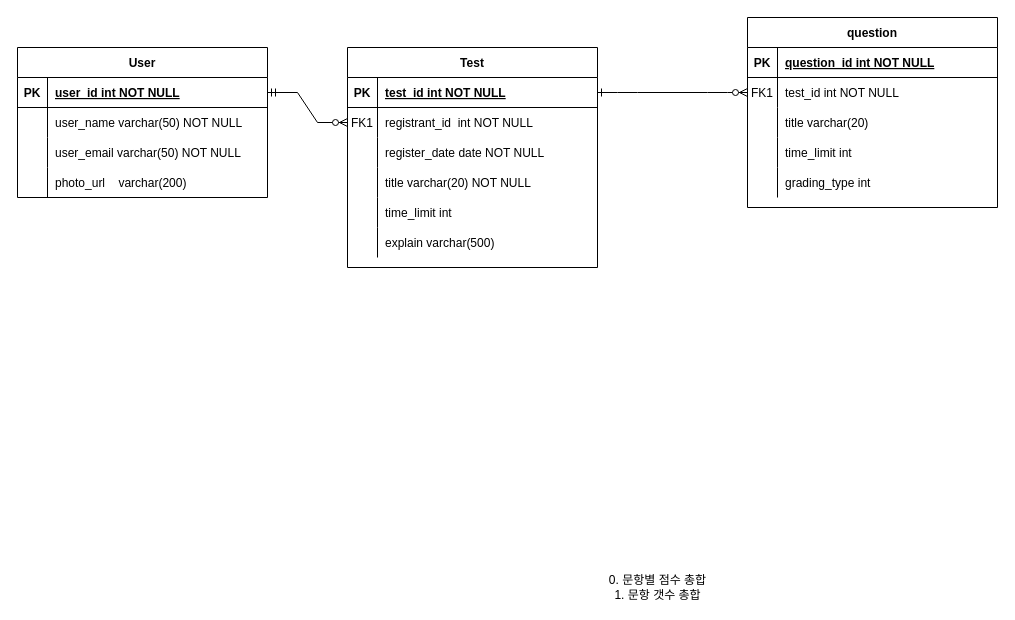
Earlier version of the draw.io diagram db_schema.drawio (leehojun0314/Testers). Source tidied: cells renumbered, new cells numbered last; positions are measured from the earlier drawing's top-left corner, leaving out a move shared by most shapes. Both pictures are drawn from the tidied source at 100%, with x=0, y=0 at pixel (17, 17).
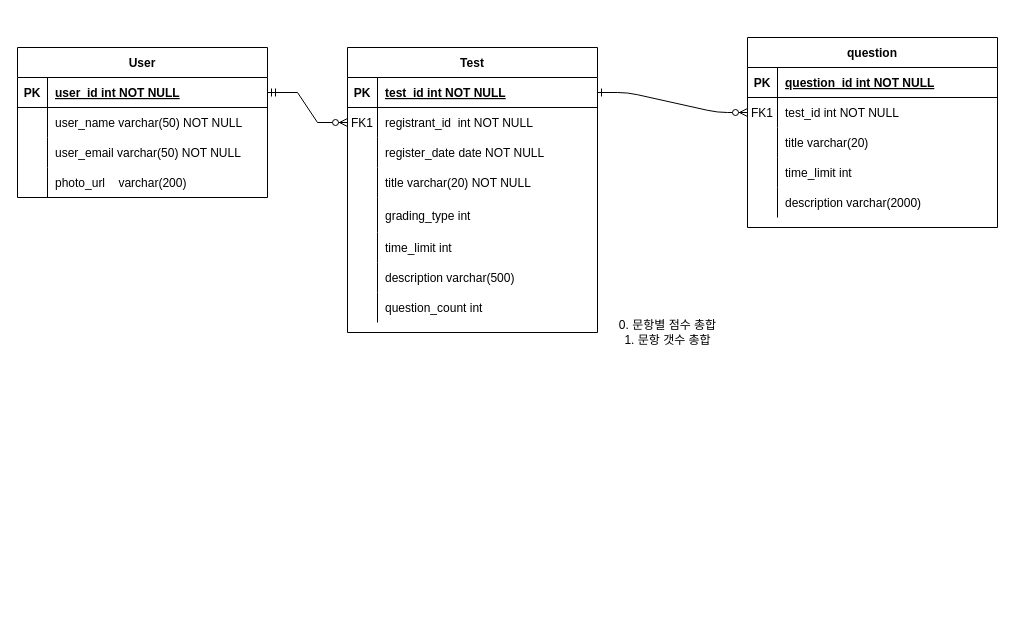
The same page after the edit.

Diff of the diagram source:
```diff
@@
     <mxCell id="3" value="Test" style="shape=table;startSize=30;childLayout=tableLayout;rowLines=0;fontStyle=1;align=center;" parent="1" vertex="1">
-      <mxGeometry x="330" y="30" width="250" height="220" as="geometry" />
+      <mxGeometry x="330" y="30" width="250" height="285" as="geometry" />
     </mxCell>
@@
+    <mxCell id="35" style="shape=tableRow;horizontal=0;startSize=0;swimlaneHead=0;swimlaneBody=0;fillColor=none;top=0;left=0;right=0;bottom=0;" parent="3" vertex="1">
+      <mxGeometry y="150" width="250" height="35" as="geometry" />
+    </mxCell>
+    <mxCell id="36" style="shape=partialRectangle;fillColor=none;top=0;left=0;bottom=0;right=0;overflow=hidden;" parent="35" vertex="1">
+      <mxGeometry width="30" height="35" as="geometry" />
+    </mxCell>
+    <mxCell id="37" value="grading_type int" style="shape=partialRectangle;fillColor=none;top=0;left=0;bottom=0;right=0;align=left;spacingLeft=6;overflow=hidden;" parent="35" vertex="1">
+      <mxGeometry x="30" width="220" height="35" as="geometry" />
+    </mxCell>
     <mxCell id="16" style="shape=partialRectangle;fillColor=none;top=0;left=0;bottom=0;right=0;" parent="3" vertex="1">
-      <mxGeometry y="150" width="250" height="30" as="geometry" />
+      <mxGeometry y="185" width="250" height="30" as="geometry" />
     </mxCell>
@@
     <mxCell id="19" style="shape=partialRectangle;fillColor=none;top=0;left=0;bottom=0;right=0;" parent="3" vertex="1">
-      <mxGeometry y="180" width="250" height="30" as="geometry" />
+      <mxGeometry y="215" width="250" height="30" as="geometry" />
     </mxCell>
@@
-    <mxCell id="21" value="explain varchar(500)" style="shape=partialRectangle;fillColor=none;top=0;left=0;bottom=0;right=0;align=left;spacingLeft=6;overflow=hidden;" parent="19" vertex="1">
+    <mxCell id="21" value="description varchar(500)" style="shape=partialRectangle;fillColor=none;top=0;left=0;bottom=0;right=0;align=left;spacingLeft=6;overflow=hidden;" parent="19" vertex="1">
       <mxGeometry x="30" width="220" height="30" as="geometry" />
     </mxCell>
+    <mxCell id="53" style="shape=tableRow;horizontal=0;startSize=0;swimlaneHead=0;swimlaneBody=0;fillColor=none;top=0;left=0;right=0;bottom=0;" parent="3" vertex="1">
+      <mxGeometry y="245" width="250" height="30" as="geometry" />
+    </mxCell>
+    <mxCell id="54" style="shape=partialRectangle;fillColor=none;top=0;left=0;bottom=0;right=0;overflow=hidden;" parent="53" vertex="1">
+      <mxGeometry width="30" height="30" as="geometry" />
+    </mxCell>
+    <mxCell id="55" value="question_count int" style="shape=partialRectangle;fillColor=none;top=0;left=0;bottom=0;right=0;align=left;spacingLeft=6;overflow=hidden;" parent="53" vertex="1">
+      <mxGeometry x="30" width="220" height="30" as="geometry" />
+    </mxCell>
     <mxCell id="22" value="question" style="shape=table;startSize=30;childLayout=tableLayout;rowLines=0;fontStyle=1;align=center;" parent="1" vertex="1">
-      <mxGeometry x="730" width="250" height="190" as="geometry" />
+      <mxGeometry x="730" y="20" width="250" height="190" as="geometry" />
     </mxCell>
@@
-    <mxCell id="35" style="shape=tableRow;horizontal=0;startSize=0;swimlaneHead=0;swimlaneBody=0;fillColor=none;top=0;left=0;right=0;bottom=0;" parent="22" vertex="1">
-      <mxGeometry y="150" width="250" height="30" as="geometry" />
-    </mxCell>
-    <mxCell id="36" style="shape=partialRectangle;fillColor=none;top=0;left=0;bottom=0;right=0;overflow=hidden;" parent="35" vertex="1">
-      <mxGeometry width="30" height="30" as="geometry" />
-    </mxCell>
-    <mxCell id="37" value="grading_type int" style="shape=partialRectangle;fillColor=none;top=0;left=0;bottom=0;right=0;align=left;spacingLeft=6;overflow=hidden;" parent="35" vertex="1">
-      <mxGeometry x="30" width="220" height="30" as="geometry" />
-    </mxCell>
+    <mxCell id="56" style="shape=tableRow;horizontal=0;startSize=0;swimlaneHead=0;swimlaneBody=0;fillColor=none;top=0;left=0;right=0;bottom=0;" parent="22" vertex="1">
+      <mxGeometry y="150" width="250" height="30" as="geometry" />
+    </mxCell>
+    <mxCell id="57" style="shape=partialRectangle;fillColor=none;top=0;left=0;bottom=0;right=0;overflow=hidden;" parent="56" vertex="1">
+      <mxGeometry width="30" height="30" as="geometry" />
+    </mxCell>
+    <mxCell id="58" value="description varchar(2000)" style="shape=partialRectangle;fillColor=none;top=0;left=0;bottom=0;right=0;align=left;spacingLeft=6;overflow=hidden;" parent="56" vertex="1">
+      <mxGeometry x="30" width="220" height="30" as="geometry" />
+    </mxCell>
@@
     <mxCell id="52" value="0. 문항별 점수 총합&lt;br&gt;1. 문항 갯수 총합" style="text;html=1;align=center;verticalAlign=middle;strokeColor=none;fillColor=none;" parent="1" vertex="1">
-      <mxGeometry x="580" y="555" width="120" height="30" as="geometry" />
+      <mxGeometry x="590" y="300" width="120" height="30" as="geometry" />
     </mxCell>
```
